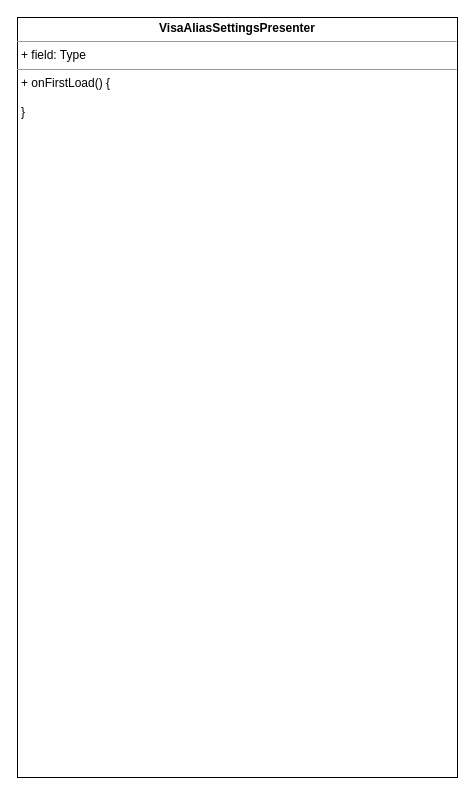
Above: UNI-15263.drawio in ShiryaevNikolay/diagrams (draw.io), before the change. Source tidied: cells renumbered, new cells numbered last; positions are measured from the earlier drawing's top-left corner, leaving out a move shared by most shapes. Both pictures are drawn from the tidied source at 100%, with x=0, y=0 at pixel (17, 17).
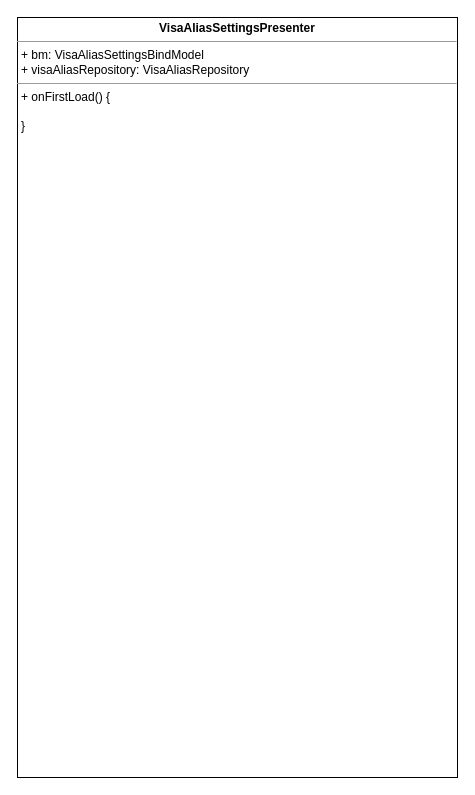
The same page after the edit.

What changed in the source:
```diff
@@
 <mxGraphModel>
   <root>
     <mxCell id="0" />
     <mxCell id="1" parent="0" />
-    <mxCell id="2" value="&lt;p style=&quot;margin: 0px ; margin-top: 4px ; text-align: center&quot;&gt;&lt;b&gt;VisaAliasSettingsPresenter&lt;/b&gt;&lt;/p&gt;&lt;hr size=&quot;1&quot;&gt;&lt;p style=&quot;margin: 0px ; margin-left: 4px&quot;&gt;+ field: Type&lt;/p&gt;&lt;hr size=&quot;1&quot;&gt;&lt;p style=&quot;margin: 0px ; margin-left: 4px&quot;&gt;+ onFirstLoad() {&lt;/p&gt;&lt;p style=&quot;margin: 0px ; margin-left: 4px&quot;&gt;&lt;br&gt;&lt;/p&gt;&lt;p style=&quot;margin: 0px ; margin-left: 4px&quot;&gt;}&lt;br&gt;&lt;/p&gt;" style="verticalAlign=top;align=left;overflow=fill;fontSize=12;fontFamily=Helvetica;html=1;" parent="1" vertex="1">
+    <mxCell id="2" value="&lt;p style=&quot;margin: 0px ; margin-top: 4px ; text-align: center&quot;&gt;&lt;b&gt;VisaAliasSettingsPresenter&lt;/b&gt;&lt;/p&gt;&lt;hr size=&quot;1&quot;&gt;&lt;p style=&quot;margin: 0px ; margin-left: 4px&quot;&gt;+ bm: VisaAliasSettingsBindModel&lt;br&gt;&lt;/p&gt;&lt;p style=&quot;margin: 0px ; margin-left: 4px&quot;&gt;+ visaAliasRepository: VisaAliasRepository&lt;/p&gt;&lt;hr size=&quot;1&quot;&gt;&lt;p style=&quot;margin: 0px ; margin-left: 4px&quot;&gt;+ onFirstLoad() {&lt;/p&gt;&lt;p style=&quot;margin: 0px ; margin-left: 4px&quot;&gt;&lt;br&gt;&lt;/p&gt;&lt;p style=&quot;margin: 0px ; margin-left: 4px&quot;&gt;}&lt;br&gt;&lt;/p&gt;" style="verticalAlign=top;align=left;overflow=fill;fontSize=12;fontFamily=Helvetica;html=1;" parent="1" vertex="1">
       <mxGeometry width="440" height="760" as="geometry" />
     </mxCell>
   </root>
 </mxGraphModel>
```
